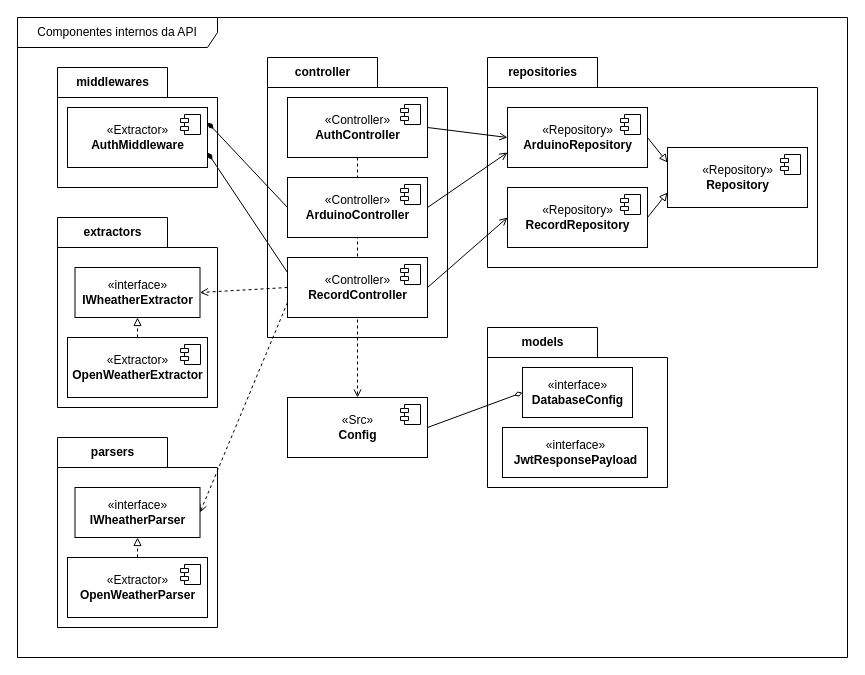
Earlier version of the draw.io diagram api/docs/diagramas/Componentes de arquitetura.drawio (gustapinto/fatec_dsm_pi_quarto_semestre). Source tidied: cells renumbered, new cells numbered last; positions are measured from the earlier drawing's top-left corner, leaving out a move shared by most shapes. Both pictures are drawn from the tidied source at 100%, with x=0, y=0 at pixel (17, 17).
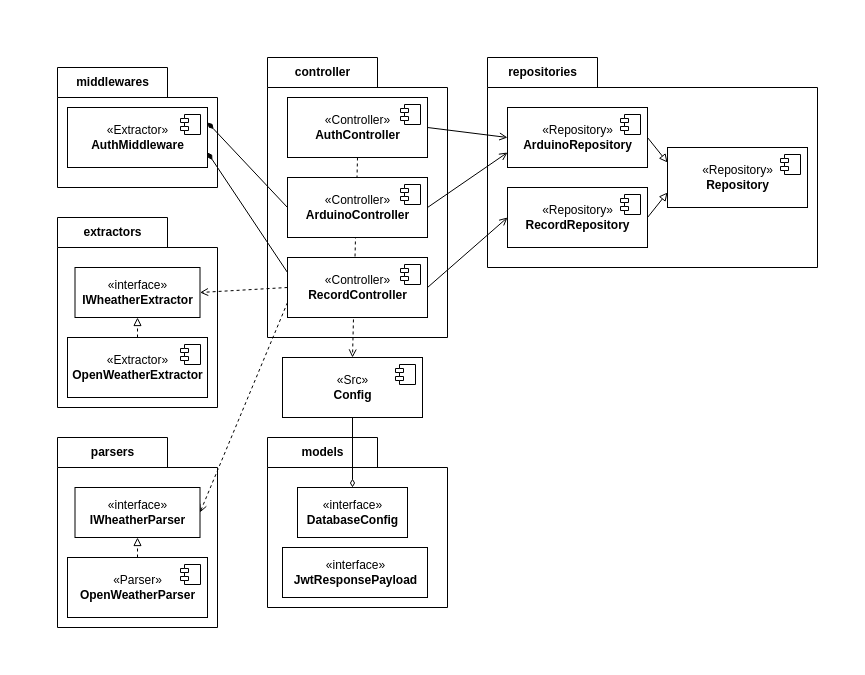
Above is the later version.

What changed in the source:
```diff
@@
     <mxCell id="2" value="models" style="shape=folder;fontStyle=1;tabWidth=110;tabHeight=30;tabPosition=left;html=1;boundedLbl=1;labelInHeader=1;" parent="1" vertex="1">
-      <mxGeometry x="470" y="310" width="180" height="160" as="geometry" />
+      <mxGeometry x="250" y="420" width="180" height="170" as="geometry" />
     </mxCell>
@@
-    <mxCell id="38" value="&lt;div&gt;«Extractor»&lt;b&gt;&lt;br&gt;&lt;/b&gt;&lt;/div&gt;&lt;div&gt;&lt;b&gt;OpenWeatherParser&lt;/b&gt;&lt;/div&gt;" style="html=1;" parent="1" vertex="1">
+    <mxCell id="38" value="&lt;div&gt;«Parser»&lt;b&gt;&lt;br&gt;&lt;/b&gt;&lt;/div&gt;&lt;div&gt;&lt;b&gt;OpenWeatherParser&lt;/b&gt;&lt;/div&gt;" style="html=1;" parent="1" vertex="1">
       <mxGeometry x="50" y="540" width="140" height="60" as="geometry" />
     </mxCell>
@@
-    <mxCell id="42" style="edgeStyle=none;rounded=0;jettySize=auto;html=1;exitX=1;exitY=0.5;exitDx=0;exitDy=0;entryX=0;entryY=0.5;entryDx=0;entryDy=0;endArrow=diamondThin;endFill=0;" parent="1" edge="1" source="43" target="45">
+    <mxCell id="42" style="edgeStyle=none;rounded=0;jettySize=auto;html=1;exitX=0.5;exitY=1;exitDx=0;exitDy=0;entryX=0.5;entryY=0;entryDx=0;entryDy=0;endArrow=diamondThin;endFill=0;" parent="1" edge="1" source="43" target="45">
       <mxGeometry relative="1" as="geometry" />
     </mxCell>
     <mxCell id="43" value="&lt;div&gt;«Src»&lt;/div&gt;&lt;div&gt;&lt;b&gt;Config&lt;/b&gt;&lt;/div&gt;" style="html=1;" parent="1" vertex="1">
-      <mxGeometry x="270" y="380" width="140" height="60" as="geometry" />
+      <mxGeometry x="265" y="340" width="140" height="60" as="geometry" />
     </mxCell>
@@
     <mxCell id="45" value="«interface»&lt;br&gt;&lt;div&gt;&lt;b&gt;DatabaseConfig&lt;/b&gt;&lt;/div&gt;" style="html=1;" parent="1" vertex="1">
-      <mxGeometry x="505" y="350" width="110" height="50" as="geometry" />
+      <mxGeometry x="280" y="470" width="110" height="50" as="geometry" />
     </mxCell>
     <mxCell id="46" value="«interface»&lt;br&gt;&lt;div&gt;&lt;b&gt;JwtResponsePayload&lt;/b&gt;&lt;/div&gt;" style="html=1;" parent="1" vertex="1">
-      <mxGeometry x="485" y="410" width="145" height="50" as="geometry" />
+      <mxGeometry x="265" y="530" width="145" height="50" as="geometry" />
     </mxCell>
-    <mxCell id="47" value="Componentes internos da API" style="shape=umlFrame;whiteSpace=wrap;html=1;width=200;height=30;" parent="1" vertex="1">
-      <mxGeometry width="830" height="640" as="geometry" />
-    </mxCell>
```
